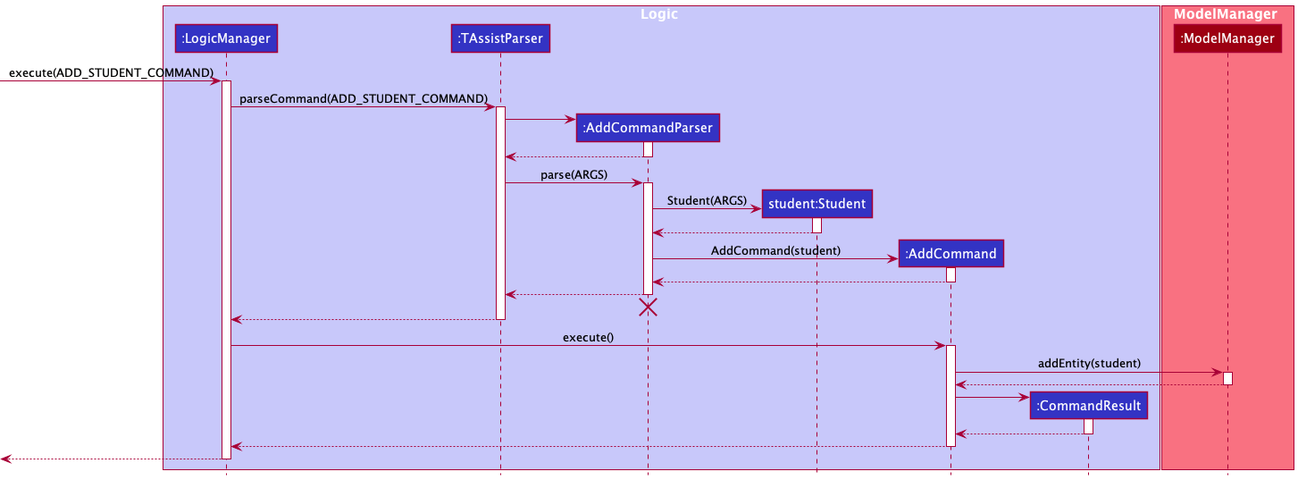
The PlantUML diagram docs/images/AddSequenceDiagram.png in nus-cs2103-AY2122S2/tp, before a commit.
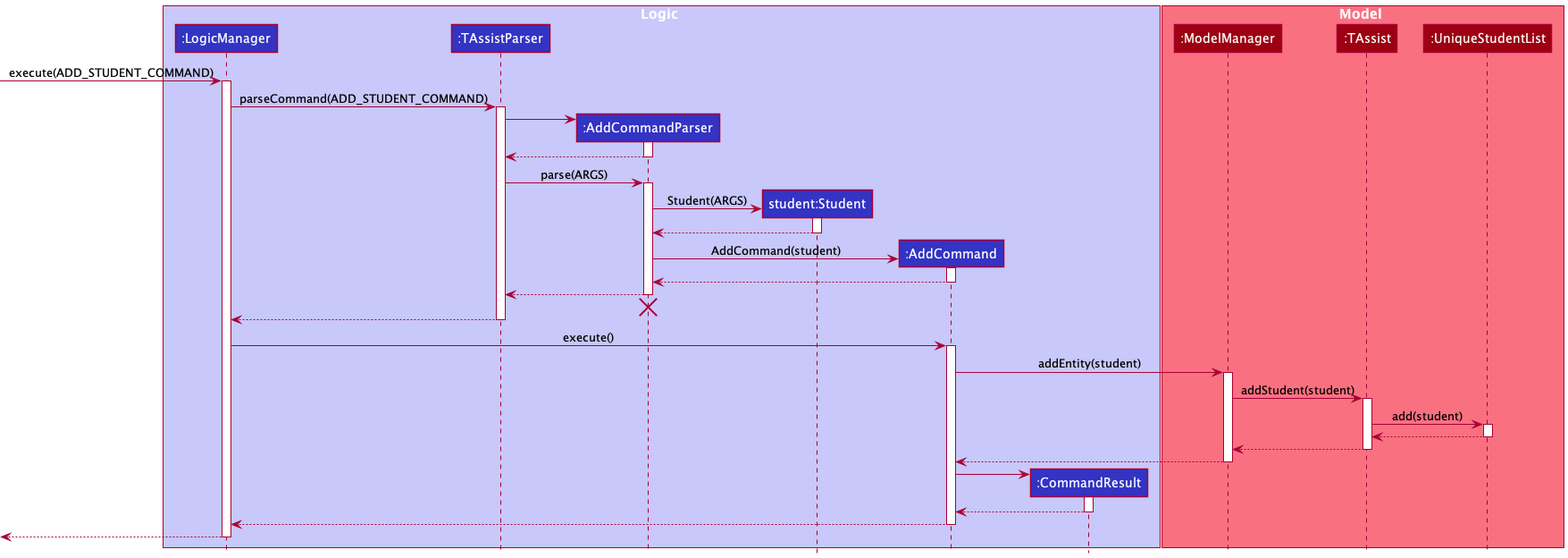
The same diagram one commit later.

Commit message:
Update sequence diagram and minor typos in DG

What changed in the source:
```diff
@@ -10,8 +10,10 @@
 participant ":CommandResult" as CommandResult LOGIC_COLOR
 end box
 
-box ModelManager MODEL_COLOR_T1
+box Model MODEL_COLOR_T1
 participant ":ModelManager" as ModelManager MODEL_COLOR
+participant ":TAssist" as TAssist MODEL_COLOR
+participant ":UniqueStudentList" as UniqueStudentList MODEL_COLOR
 end box
 
 [-> LogicManager : execute(ADD_STUDENT_COMMAND)
@@ -58,6 +60,18 @@
 AddCommand -> ModelManager : addEntity(student)
 activate ModelManager
 
+ModelManager -> TAssist : addStudent(student)
+activate TAssist
+
+TAssist -> UniqueStudentList : add(student)
+activate UniqueStudentList
+
+UniqueStudentList --> TAssist
+deactivate UniqueStudentList
+
+TAssist --> ModelManager
+deactivate TAssist
+
 ModelManager --> AddCommand
 deactivate ModelManager
 
```
